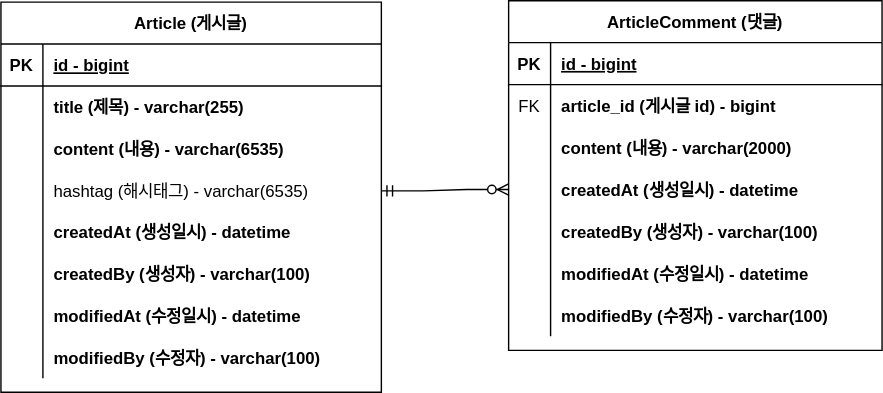
Before: document/project-board-erd.svg, a diagram exported from draw.io (itsjustsora/fastcampus-project-board). Source tidied: cells renumbered, new cells last; positions are measured from the earlier drawing's top-left corner, leaving out a move shared by most shapes.
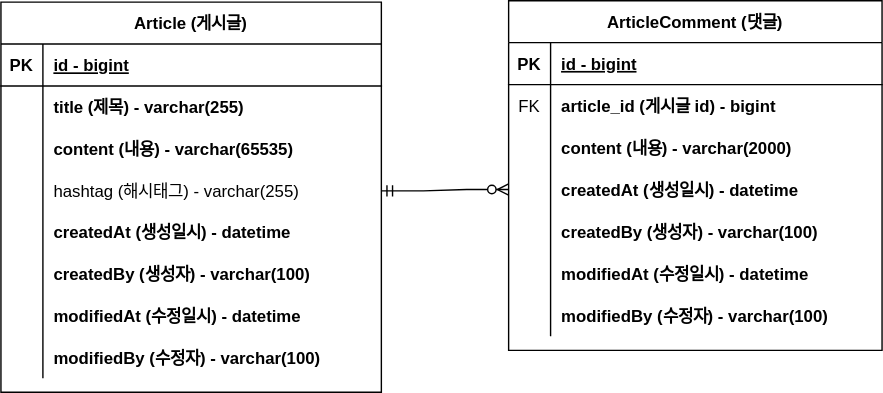
Above is the later version.

Change to the diagram source:
```diff
@@ -95,7 +95,7 @@
     <mxCell id="32" style="shape=partialRectangle;overflow=hidden;fillColor=none;top=0;left=0;bottom=0;right=0;" parent="31" vertex="1">
       <mxGeometry width="30" height="30" as="geometry" />
     </mxCell>
-    <mxCell id="33" value="content (내용) - varchar(6535)" style="shape=partialRectangle;overflow=hidden;fillColor=none;top=0;left=0;bottom=0;right=0;align=left;spacingLeft=6;fontStyle=1;" parent="31" vertex="1">
+    <mxCell id="33" value="content (내용) - varchar(65535)" style="shape=partialRectangle;overflow=hidden;fillColor=none;top=0;left=0;bottom=0;right=0;align=left;spacingLeft=6;fontStyle=1;" parent="31" vertex="1">
       <mxGeometry x="30" width="242" height="30" as="geometry" />
     </mxCell>
     <mxCell id="34" style="shape=partialRectangle;fillColor=none;points=[[0,0.5],[1,0.5]];portConstraint=eastwest;top=0;left=0;right=0;bottom=0;" parent="24" vertex="1">
@@ -104,7 +104,7 @@
     <mxCell id="35" style="shape=partialRectangle;overflow=hidden;fillColor=none;top=0;left=0;bottom=0;right=0;" parent="34" vertex="1">
       <mxGeometry width="30" height="30" as="geometry" />
     </mxCell>
-    <mxCell id="36" value="hashtag (해시태그) - varchar(6535)" style="shape=partialRectangle;overflow=hidden;fillColor=none;top=0;left=0;bottom=0;right=0;align=left;spacingLeft=6;" parent="34" vertex="1">
+    <mxCell id="36" value="hashtag (해시태그) - varchar(255)" style="shape=partialRectangle;overflow=hidden;fillColor=none;top=0;left=0;bottom=0;right=0;align=left;spacingLeft=6;" parent="34" vertex="1">
       <mxGeometry x="30" width="242" height="30" as="geometry" />
     </mxCell>
     <mxCell id="37" style="shape=partialRectangle;fillColor=none;top=0;left=0;right=0;bottom=0;" parent="24" vertex="1">
```
